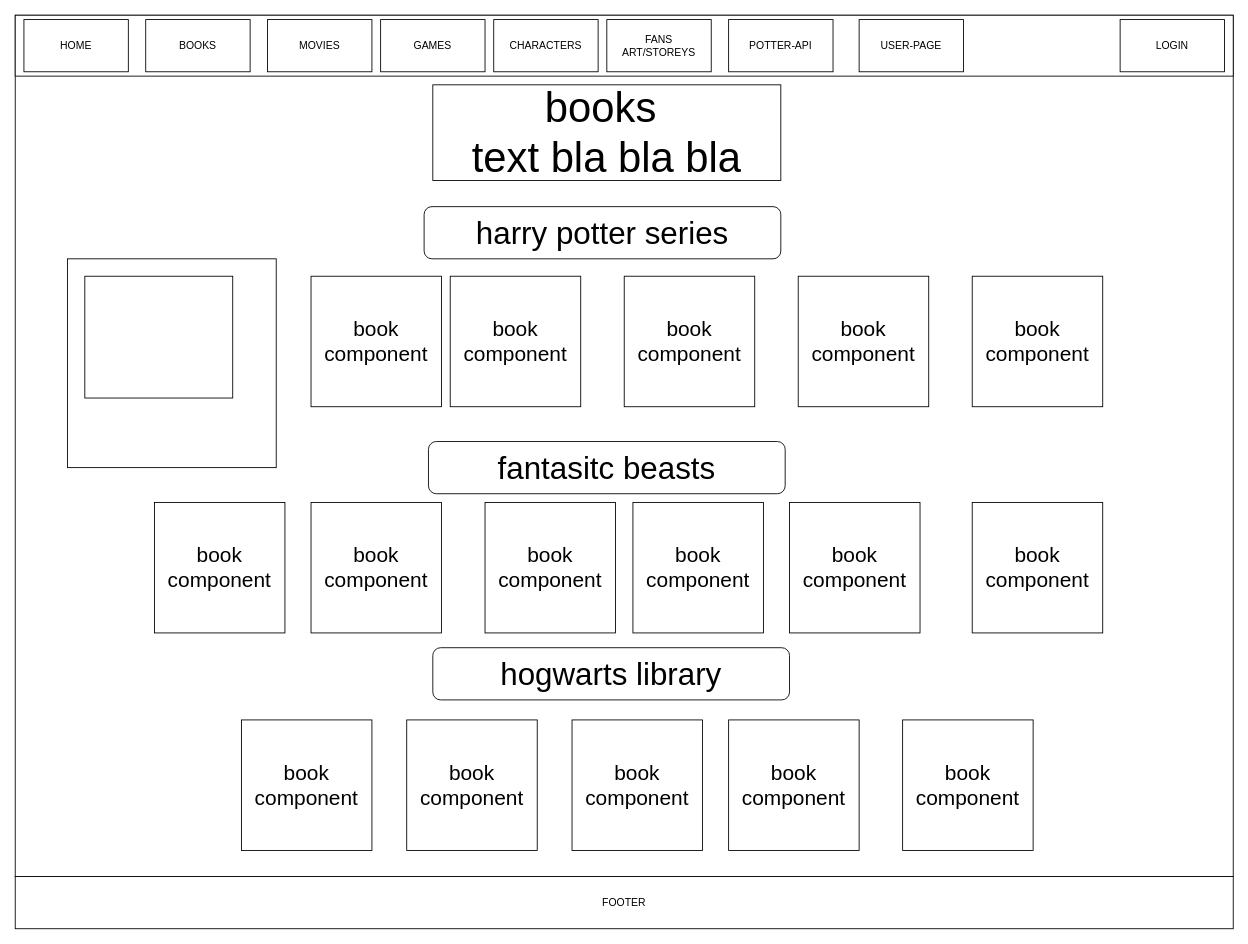
This is page "BOOKS" (2 of 7) of pseudo/Mock site.drawio from t-bendet/potter-front-end-react, a draw.io file, before an edit. Source tidied: cells renumbered, new cells numbered last; positions are measured from the earlier drawing's top-left corner, leaving out a move shared by most shapes. Both pictures are drawn from the tidied source at 87%, with x=0, y=0 at pixel (15, 15).
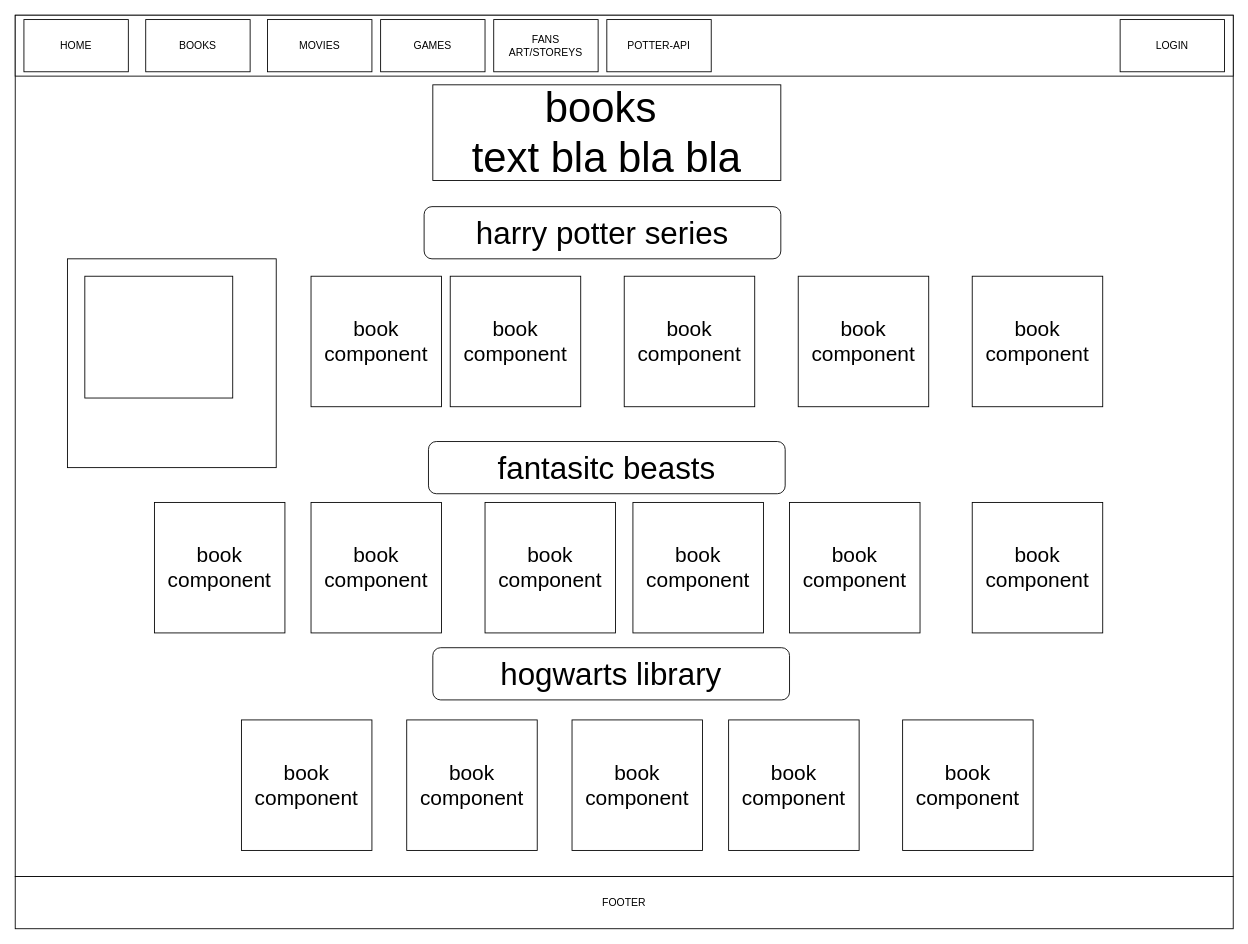
The same page after the edit.

The edit, as a diff of the source:
```diff
@@
-    <mxCell id="7" value="CHARACTERS" style="rounded=0;whiteSpace=wrap;html=1;" parent="1" vertex="1">
-      <mxGeometry x="550" y="5" width="120" height="60" as="geometry" />
-    </mxCell>
@@
     <mxCell id="9" value="FANS ART/STOREYS" style="rounded=0;whiteSpace=wrap;html=1;" parent="1" vertex="1">
-      <mxGeometry x="680" y="5" width="120" height="60" as="geometry" />
+      <mxGeometry x="550" y="5" width="120" height="60" as="geometry" />
     </mxCell>
     <mxCell id="10" value="POTTER-API" style="rounded=0;whiteSpace=wrap;html=1;" parent="1" vertex="1">
-      <mxGeometry x="820" y="5" width="120" height="60" as="geometry" />
+      <mxGeometry x="680" y="5" width="120" height="60" as="geometry" />
     </mxCell>
@@
-    <mxCell id="35" value="USER-PAGE" style="rounded=0;whiteSpace=wrap;html=1;" parent="1" vertex="1">
-      <mxGeometry x="970" y="5" width="120" height="60" as="geometry" />
-    </mxCell>
```
